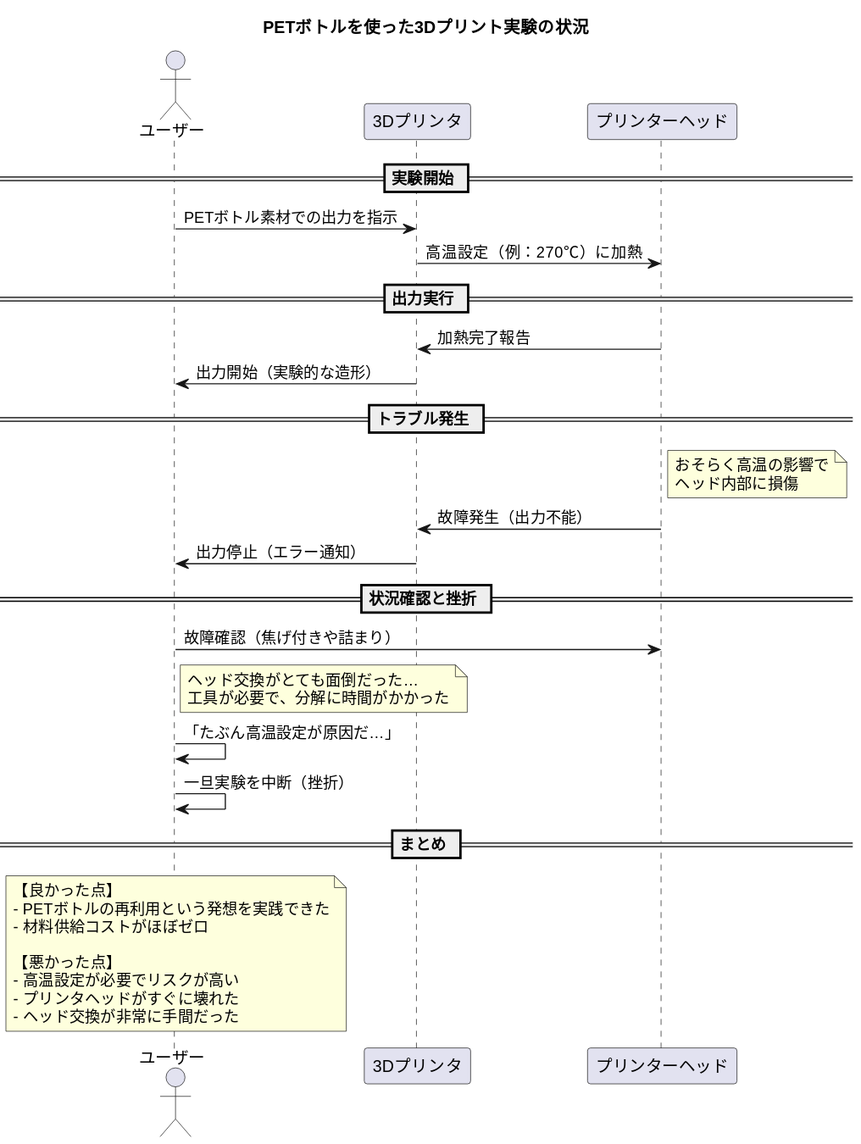
Above: out/3dprinter_genzyou1.svg in coacoa/images (PlantUML), before the change.
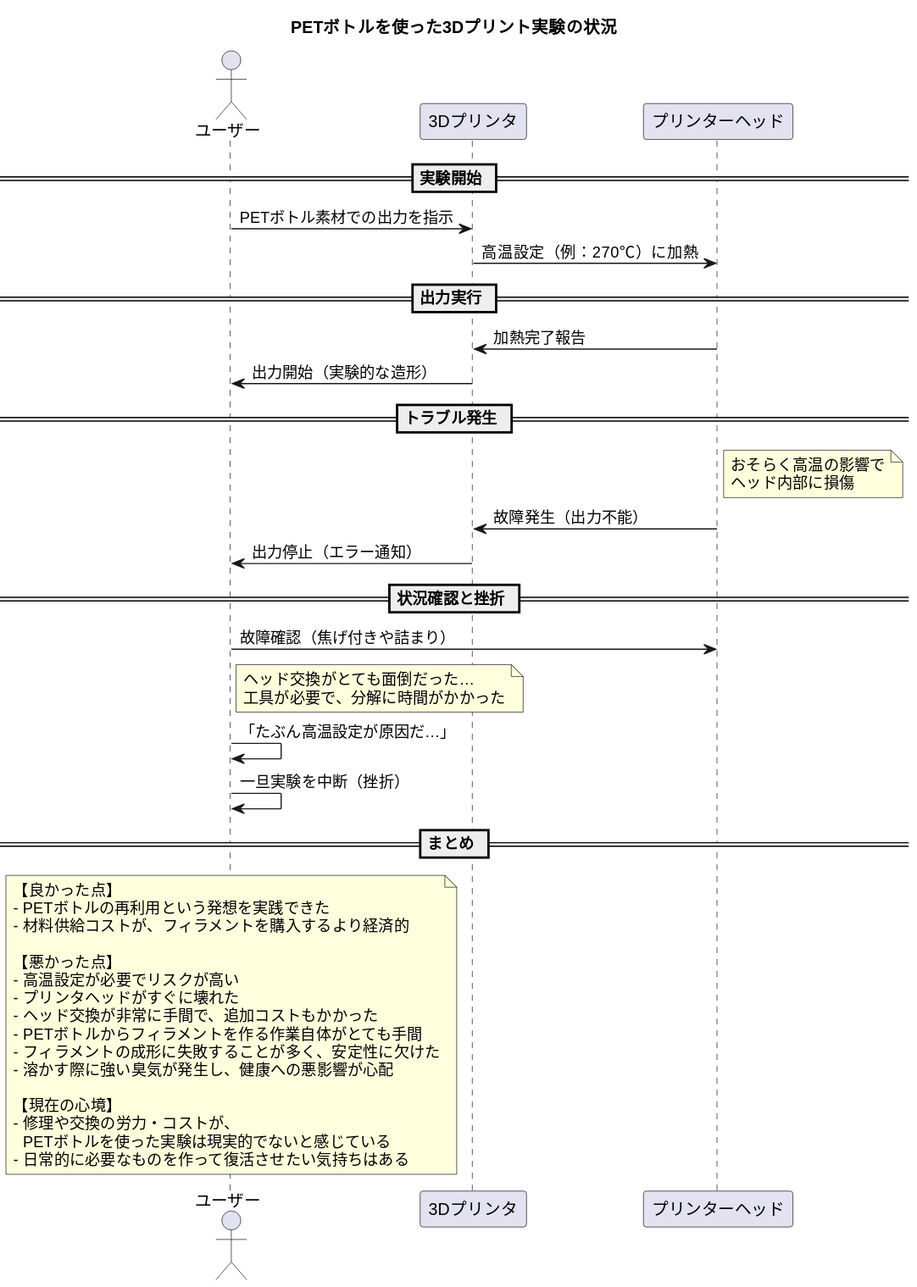
The same file after the commit.

Change to the diagram source:
```diff
@@ -34,11 +34,19 @@
 note over User
 【良かった点】
 - PETボトルの再利用という発想を実践できた
-- 材料供給コストがほぼゼロ
+- 材料供給コストが、フィラメントを購入するより経済的
 
 【悪かった点】
 - 高温設定が必要でリスクが高い
 - プリンタヘッドがすぐに壊れた
-- ヘッド交換が非常に手間だった
+- ヘッド交換が非常に手間で、追加コストもかかった
+- PETボトルからフィラメントを作る作業自体がとても手間
+- フィラメントの成形に失敗することが多く、安定性に欠けた
+- 溶かす際に強い臭気が発生し、健康への悪影響が心配
+
+【現在の心境】
+- 修理や交換の労力・コストが、
+  PETボトルを使った実験は現実的でないと感じている
+- 日常的に必要なものを作って復活させたい気持ちはある
 end note
 @enduml
```
